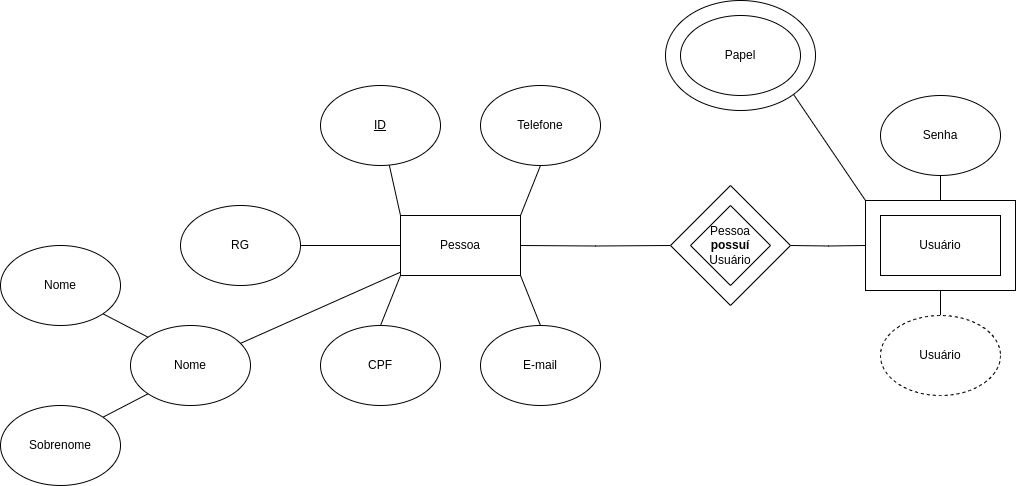
Before: docs/Diagrama_Entidade_Relacionamento.png, a diagram exported from draw.io (Henriquemcc/Prototipo_Sistema_Legiao_dos_Corretores). Source tidied: cells renumbered, new cells last; positions are measured from the earlier drawing's top-left corner, leaving out a move shared by most shapes.
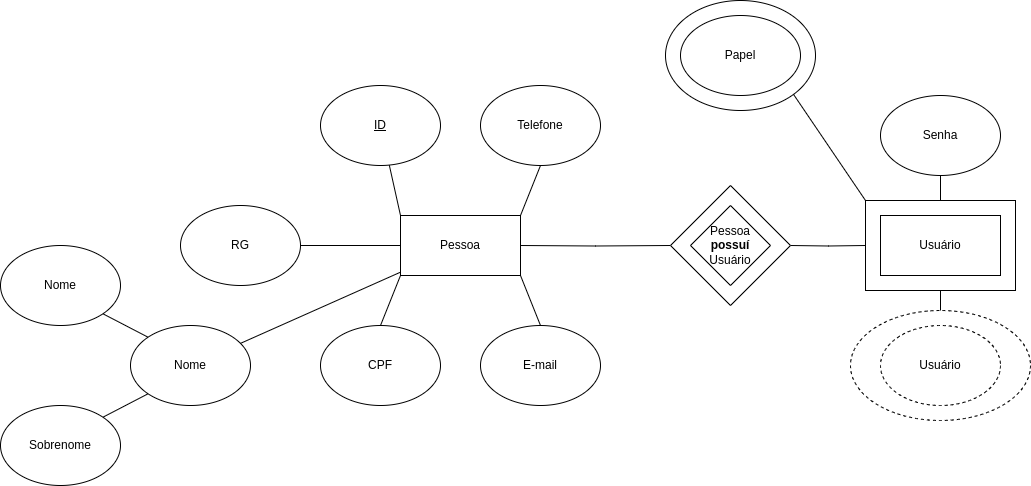
Later version of the same file.

Commit message:
Transformando usuário para um atributo derivado e multivalorado, pois o usuário pode ser tanto o e-mail como o telefone

The edit, as a diff of the source:
```diff
@@ -75,9 +75,6 @@
     <mxCell id="24" value="Senha" style="ellipse;whiteSpace=wrap;html=1;" parent="1" vertex="1">
       <mxGeometry x="880" y="95" width="120" height="80" as="geometry" />
     </mxCell>
-    <mxCell id="25" value="Usuário" style="ellipse;whiteSpace=wrap;html=1;dashed=1;" parent="1" vertex="1">
-      <mxGeometry x="880" y="315" width="120" height="80" as="geometry" />
-    </mxCell>
     <mxCell id="26" style="group;" parent="1" vertex="1">
       <mxGeometry x="665" width="150" height="110" as="geometry" />
     </mxCell>
@@ -105,5 +102,14 @@
     <mxCell id="34" value="Usuário" style="rounded=0;whiteSpace=wrap;html=1;" parent="32" vertex="1">
       <mxGeometry x="15" y="15" width="120" height="60" as="geometry" />
     </mxCell>
+    <mxCell id="35" style="group;" parent="1" vertex="1">
+      <mxGeometry x="850" y="310" width="180" height="110" as="geometry" />
+    </mxCell>
+    <mxCell id="36" style="ellipse;whiteSpace=wrap;html=1;dashed=1;" parent="35" vertex="1">
+      <mxGeometry width="180" height="110" as="geometry" />
+    </mxCell>
+    <mxCell id="25" value="Usuário" style="ellipse;whiteSpace=wrap;html=1;dashed=1;" parent="35" vertex="1">
+      <mxGeometry x="30" y="15" width="120" height="80" as="geometry" />
+    </mxCell>
   </root>
 </mxGraphModel>
```
